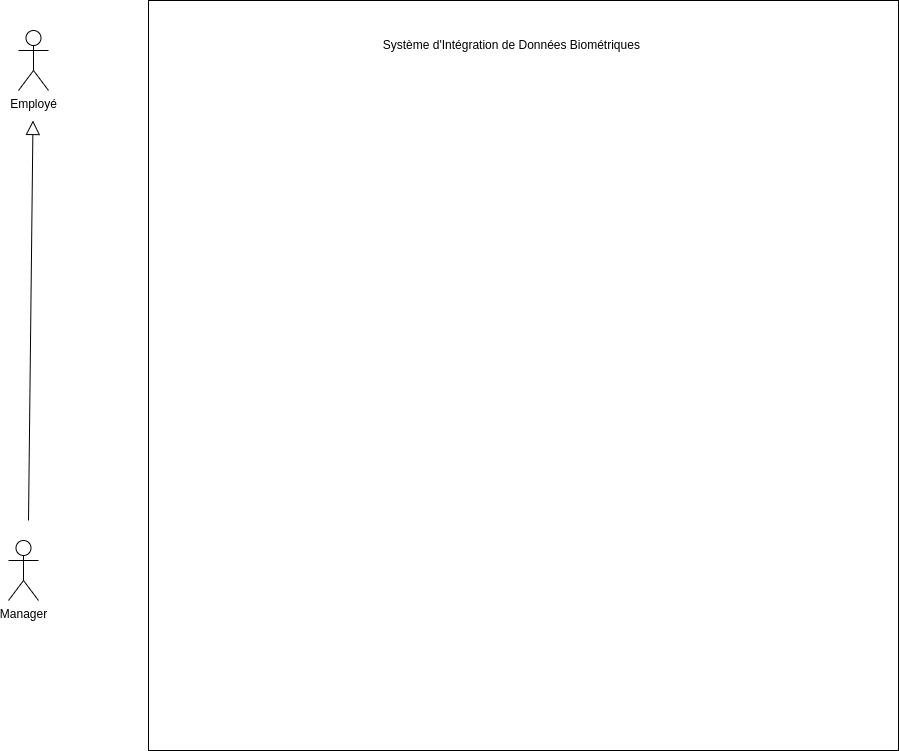
Above: static/Diagramme de cas d'utilisation.drawio.png in Siluearsene/borne_biometrique (draw.io), before the change. Source tidied: cells renumbered, new cells last; positions are measured from the earlier drawing's top-left corner, leaving out a move shared by most shapes.
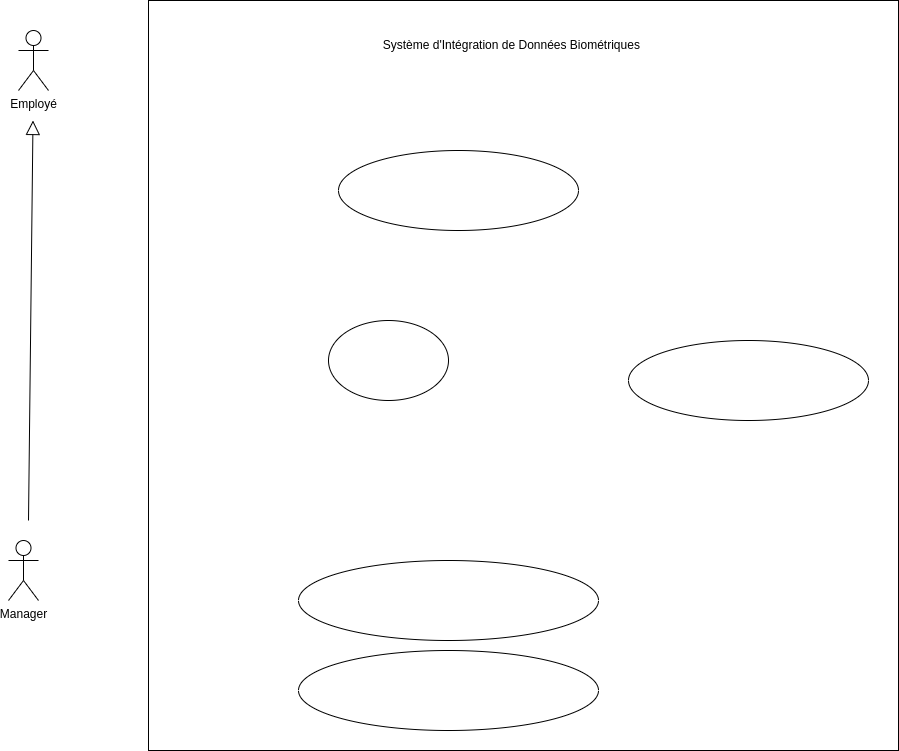
The same file after the commit.

Commit message:
Mettre à jour Diagramme de cas d'utilisation.drawio.png

The edit, as a diff of the source:
```diff
@@ -20,5 +20,20 @@
     <mxCell id="6" value="Système d'Intégration de Données Biométriques&amp;nbsp;" style="text;html=1;strokeColor=none;fillColor=none;align=center;verticalAlign=middle;whiteSpace=wrap;rounded=0;" parent="1" vertex="1">
       <mxGeometry x="270" y="30" width="470" height="30" as="geometry" />
     </mxCell>
+    <mxCell id="7" style="ellipse;whiteSpace=wrap;html=1;" parent="1" vertex="1">
+      <mxGeometry x="330" y="150" width="240" height="80" as="geometry" />
+    </mxCell>
+    <mxCell id="8" style="ellipse;whiteSpace=wrap;html=1;" parent="1" vertex="1">
+      <mxGeometry x="620" y="340" width="240" height="80" as="geometry" />
+    </mxCell>
+    <mxCell id="9" style="ellipse;whiteSpace=wrap;html=1;" parent="1" vertex="1">
+      <mxGeometry x="320" y="320" width="120" height="80" as="geometry" />
+    </mxCell>
+    <mxCell id="10" style="ellipse;whiteSpace=wrap;html=1;" parent="1" vertex="1">
+      <mxGeometry x="290" y="650" width="300" height="80" as="geometry" />
+    </mxCell>
+    <mxCell id="11" style="ellipse;whiteSpace=wrap;html=1;" parent="1" vertex="1">
+      <mxGeometry x="290" y="560" width="300" height="80" as="geometry" />
+    </mxCell>
   </root>
 </mxGraphModel>
```
